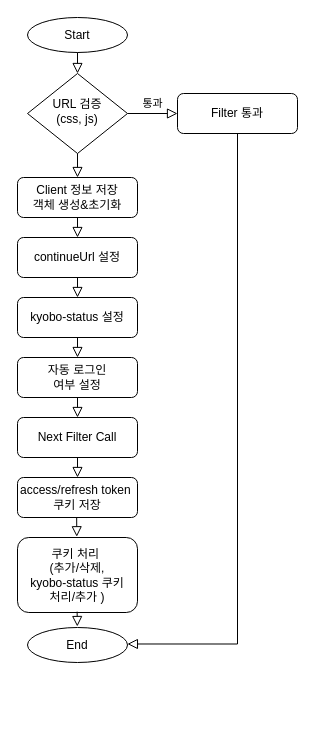
This is 회원 공통 필터 Flow.drawio from BaekSeungJo/Diagram, a draw.io file, before an edit. Source tidied: cells renumbered, new cells numbered last; positions are measured from the earlier drawing's top-left corner, leaving out a move shared by most shapes. Both pictures are drawn from the tidied source at 100%, with x=0, y=0 at pixel (17, 17).
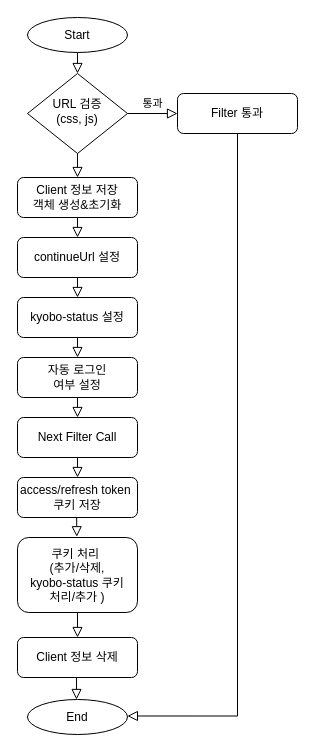
The same diagram, later.

Commit message (it also covers changes not shown here):
회원 공통 필터 Flow.drawio 업데이트

Unchanged cells that the change refers to:
```xml
<mxCell id="9" value="쿠키 처리&amp;nbsp;&lt;br&gt;(추가/삭제,&lt;br&gt;kyobo-status 쿠키&lt;br&gt;처리/추가 )" style="rounded=1;whiteSpace=wrap;html=1;fontSize=12;glass=0;strokeWidth=1;shadow=0;" parent="1" vertex="1">
  <mxGeometry y="520" width="120" height="75" as="geometry" />
</mxCell>
```

What changed in the source:
```diff
@@
-    <mxCell id="21" style="rounded=0;html=1;jettySize=auto;fontSize=11;endArrow=block;endFill=0;endSize=8;strokeWidth=1;shadow=0;labelBackgroundColor=none;edgeStyle=orthogonalEdgeStyle;entryX=0.498;entryY=-0.028;entryDx=0;entryDy=0;exitX=0.497;exitY=0.989;exitDx=0;exitDy=0;exitPerimeter=0;entryPerimeter=0;" parent="1" edge="1" source="9" target="23">
-      <mxGeometry y="20" relative="1" as="geometry" />
-    </mxCell>
@@
     <mxCell id="23" value="End" style="ellipse;whiteSpace=wrap;html=1;" parent="1" vertex="1">
-      <mxGeometry x="10" y="610" width="100" height="35" as="geometry" />
+      <mxGeometry x="10" y="682" width="100" height="35" as="geometry" />
     </mxCell>
+    <mxCell id="24" value="Client 정보 삭제" style="rounded=1;whiteSpace=wrap;html=1;fontSize=12;glass=0;strokeWidth=1;shadow=0;" parent="1" vertex="1">
+      <mxGeometry y="620" width="120" height="40" as="geometry" />
+    </mxCell>
+    <mxCell id="25" style="rounded=0;html=1;jettySize=auto;fontSize=11;endArrow=block;endFill=0;endSize=8;strokeWidth=1;shadow=0;labelBackgroundColor=none;edgeStyle=orthogonalEdgeStyle;entryX=0.5;entryY=0;entryDx=0;entryDy=0;exitX=0.5;exitY=1;exitDx=0;exitDy=0;" parent="1" edge="1" source="9" target="24">
+      <mxGeometry y="20" relative="1" as="geometry" />
+    </mxCell>
+    <mxCell id="26" style="rounded=0;html=1;jettySize=auto;fontSize=11;endArrow=block;endFill=0;endSize=8;strokeWidth=1;shadow=0;labelBackgroundColor=none;edgeStyle=orthogonalEdgeStyle;entryX=0.49;entryY=0;entryDx=0;entryDy=0;exitX=0.492;exitY=1.002;exitDx=0;exitDy=0;exitPerimeter=0;entryPerimeter=0;" parent="1" edge="1" source="24" target="23">
+      <mxGeometry y="20" relative="1" as="geometry" />
+    </mxCell>
```
